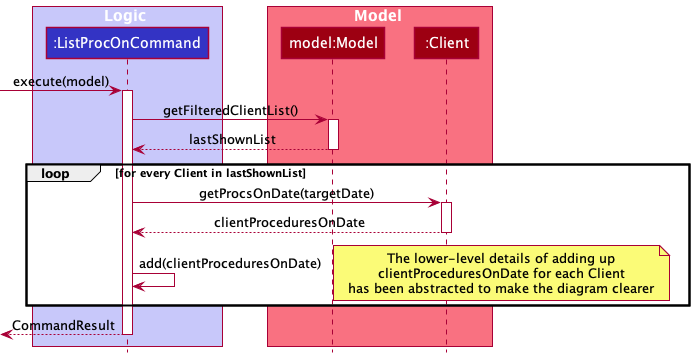
The PlantUML diagram docs/images/ListProcOnCommandSequenceDiagram.png in robinrojh/tp, before a commit.
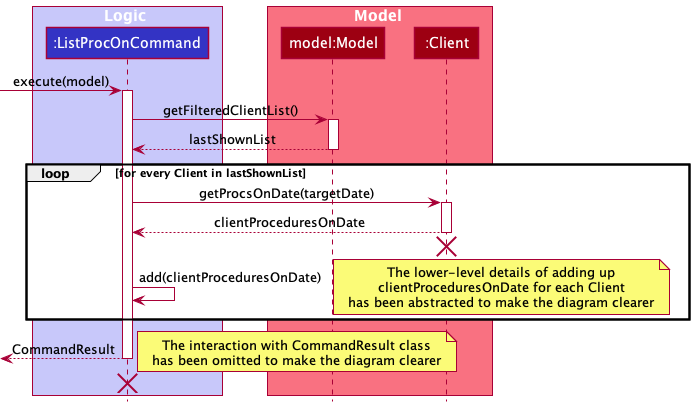
Above is the later version.

The edit, as a diff of the source:
```diff
@@ -21,6 +21,8 @@
         activate Client
         ListProcOnCommand <-- Client : clientProceduresOnDate
         deactivate Client
+        Client -[hidden]-> Model
+        destroy Client
         ListProcOnCommand -> ListProcOnCommand : add(clientProceduresOnDate)
         note right
           The lower-level details of adding up
@@ -30,4 +32,10 @@
     end
 <-- ListProcOnCommand : CommandResult
 deactivate ListProcOnCommand
+note right
+    The interaction with CommandResult class
+    has been omitted to make the diagram clearer
+end note
+ListProcOnCommand -[hidden]-> Model
+destroy ListProcOnCommand
 @enduml
```
